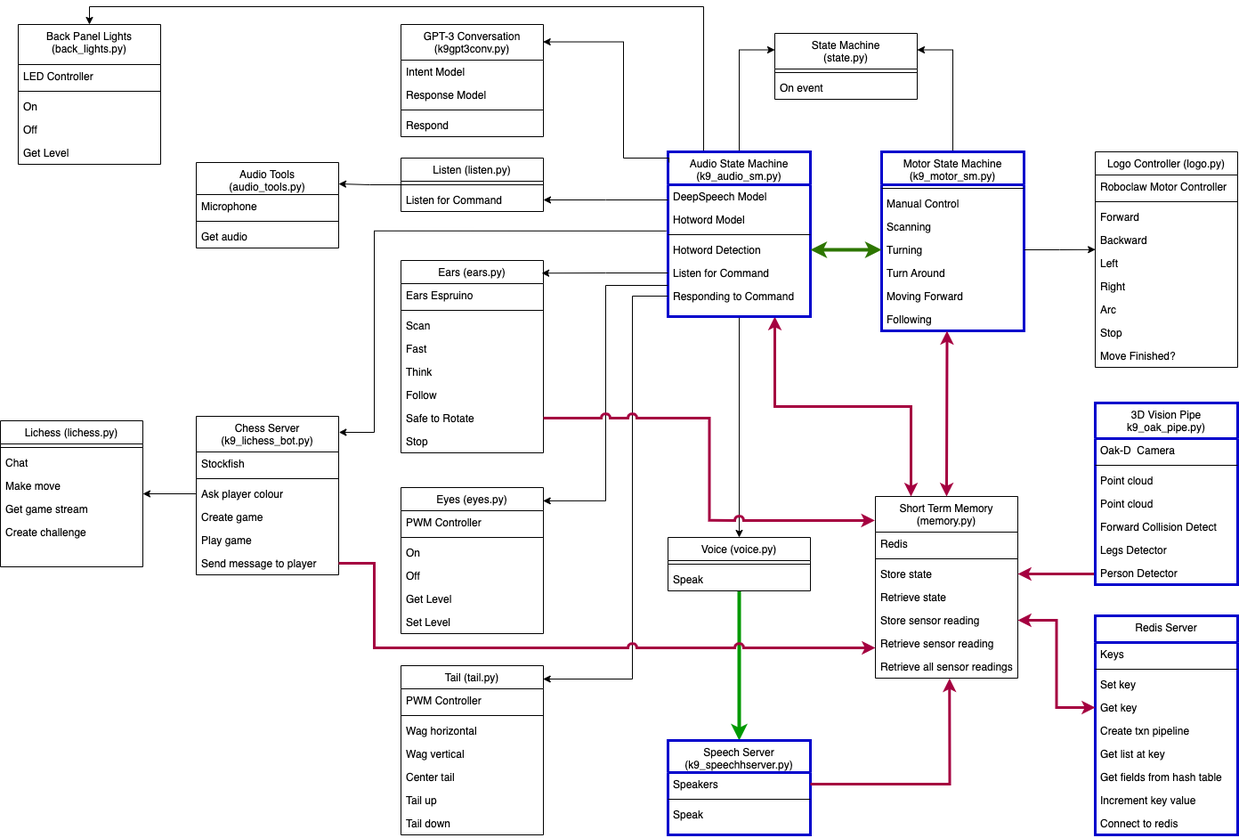
Above: K9 class diagram.drawio.png in hopkira/k9 (draw.io), before the change. Source tidied: cells renumbered, new cells last; positions are measured from the earlier drawing's top-left corner, leaving out a move shared by most shapes.
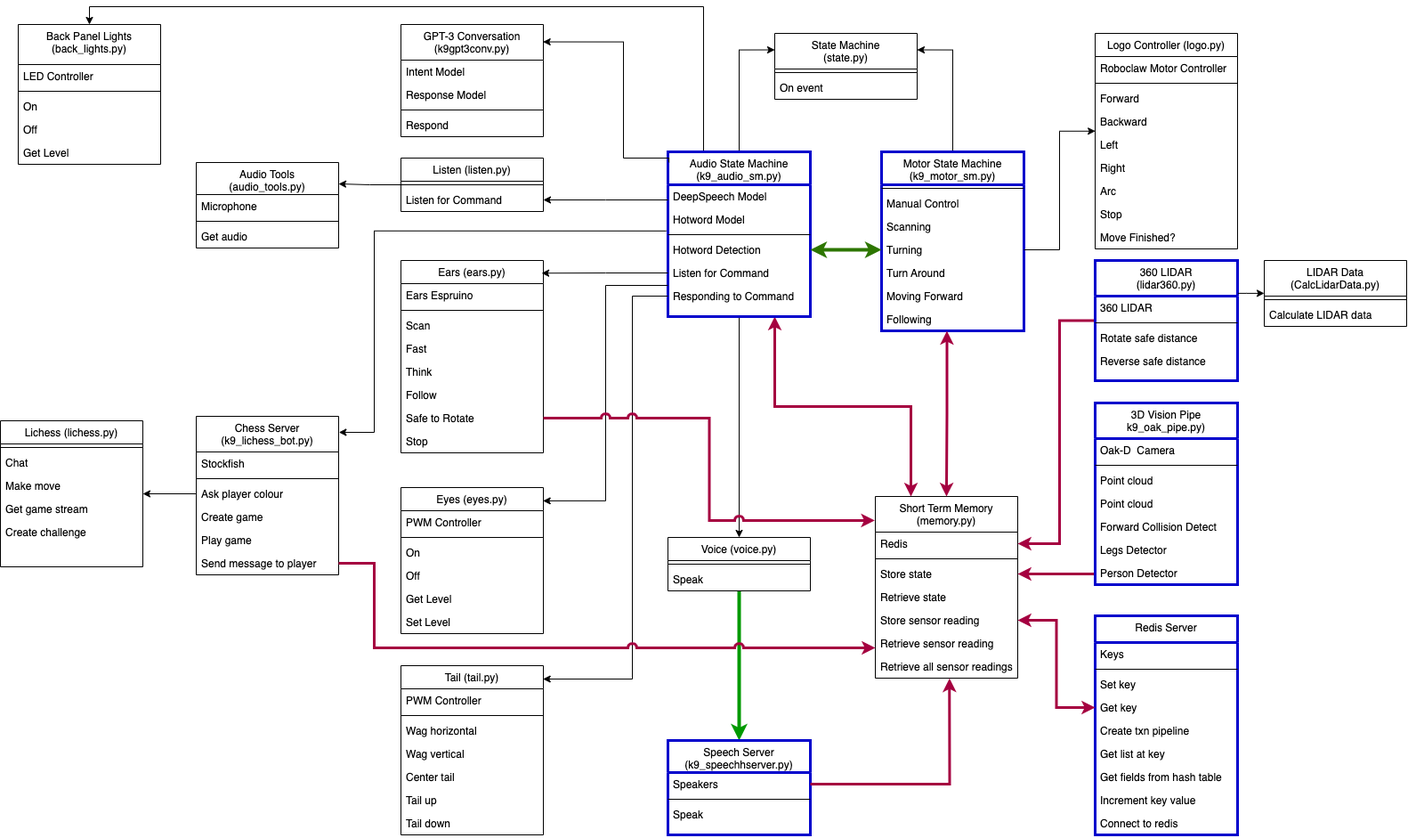
The same file after the commit.

Change to the diagram source:
```diff
@@ -68,7 +68,7 @@
       <mxGeometry y="175" width="160" height="26" as="geometry" />
     </mxCell>
     <mxCell id="22" value="Logo Controller (logo.py)" style="swimlane;fontStyle=0;align=center;verticalAlign=top;horizontal=1;startSize=26;rounded=0;shadow=0;strokeWidth=1;" parent="1" vertex="1">
-      <mxGeometry x="1230" y="163" width="160" height="242" as="geometry" />
+      <mxGeometry x="1230" y="30" width="160" height="242" as="geometry" />
     </mxCell>
     <mxCell id="23" value="Roboclaw Motor Controller" style="text;align=left;verticalAlign=top;spacingLeft=4;spacingRight=4;overflow=hidden;rounded=0;shadow=0;html=0;" parent="22" vertex="1">
       <mxGeometry y="26" width="160" height="26" as="geometry" />
@@ -457,5 +457,44 @@
     <mxCell id="139" style="edgeStyle=orthogonalEdgeStyle;rounded=0;jettySize=auto;html=1;entryX=0;entryY=0.5;entryDx=0;entryDy=0;strokeWidth=3;strokeColor=#A50040;startArrow=classic;startFill=1;" parent="1" edge="1" source="77" target="133">
       <mxGeometry relative="1" as="geometry" />
     </mxCell>
+    <mxCell id="140" style="edgeStyle=orthogonalEdgeStyle;rounded=0;jettySize=auto;html=1;entryX=1;entryY=0.5;entryDx=0;entryDy=0;startArrow=none;startFill=0;strokeColor=#A50040;strokeWidth=3;" parent="1" edge="1" source="141" target="73">
+      <mxGeometry relative="1" as="geometry">
+        <Array as="points">
+          <mxPoint x="1190" y="352" />
+          <mxPoint x="1190" y="603" />
+        </Array>
+      </mxGeometry>
+    </mxCell>
+    <mxCell id="141" value="360 LIDAR&#10;(lidar360.py)" style="swimlane;fontStyle=0;align=center;verticalAlign=top;horizontal=1;startSize=40;rounded=0;shadow=0;strokeWidth=3;strokeColor=#0000CC;" parent="1" vertex="1">
+      <mxGeometry x="1230" y="285" width="160" height="135" as="geometry" />
+    </mxCell>
+    <mxCell id="142" value="360 LIDAR" style="text;align=left;verticalAlign=top;spacingLeft=4;spacingRight=4;overflow=hidden;rounded=0;shadow=0;html=0;" parent="141" vertex="1">
+      <mxGeometry y="40" width="160" height="26" as="geometry" />
+    </mxCell>
+    <mxCell id="143" style="line;html=1;strokeWidth=1;align=left;verticalAlign=middle;spacingTop=-1;spacingLeft=3;spacingRight=3;labelPosition=right;" parent="141" vertex="1">
+      <mxGeometry y="66" width="160" height="8" as="geometry" />
+    </mxCell>
+    <mxCell id="144" value="Rotate safe distance" style="text;align=left;verticalAlign=top;spacingLeft=4;spacingRight=4;overflow=hidden;" parent="141" vertex="1">
+      <mxGeometry y="74" width="160" height="26" as="geometry" />
+    </mxCell>
+    <mxCell id="145" value="Reverse safe distance" style="text;align=left;verticalAlign=top;spacingLeft=4;spacingRight=4;overflow=hidden;" parent="141" vertex="1">
+      <mxGeometry y="100" width="160" height="26" as="geometry" />
+    </mxCell>
+    <mxCell id="146" style="edgeStyle=orthogonalEdgeStyle;rounded=0;jettySize=auto;html=1;entryX=1.004;entryY=0.273;entryDx=0;entryDy=0;entryPerimeter=0;startArrow=classic;startFill=1;strokeColor=#000000;strokeWidth=1;endArrow=none;endFill=0;" parent="1" edge="1" source="147" target="141">
+      <mxGeometry relative="1" as="geometry">
+        <Array as="points">
+          <mxPoint x="1400" y="322" />
+        </Array>
+      </mxGeometry>
+    </mxCell>
+    <mxCell id="147" value="LIDAR Data&#10;(CalcLidarData.py)" style="swimlane;fontStyle=0;align=center;verticalAlign=top;horizontal=1;startSize=40;rounded=0;shadow=0;strokeWidth=1;" parent="1" vertex="1">
+      <mxGeometry x="1420" y="285" width="160" height="74" as="geometry" />
+    </mxCell>
+    <mxCell id="148" style="line;html=1;strokeWidth=1;align=left;verticalAlign=middle;spacingTop=-1;spacingLeft=3;spacingRight=3;labelPosition=right;" parent="147" vertex="1">
+      <mxGeometry y="40" width="160" height="8" as="geometry" />
+    </mxCell>
+    <mxCell id="149" value="Calculate LIDAR data" style="text;align=left;verticalAlign=top;spacingLeft=4;spacingRight=4;overflow=hidden;" parent="147" vertex="1">
+      <mxGeometry y="48" width="160" height="26" as="geometry" />
+    </mxCell>
   </root>
 </mxGraphModel>
```
